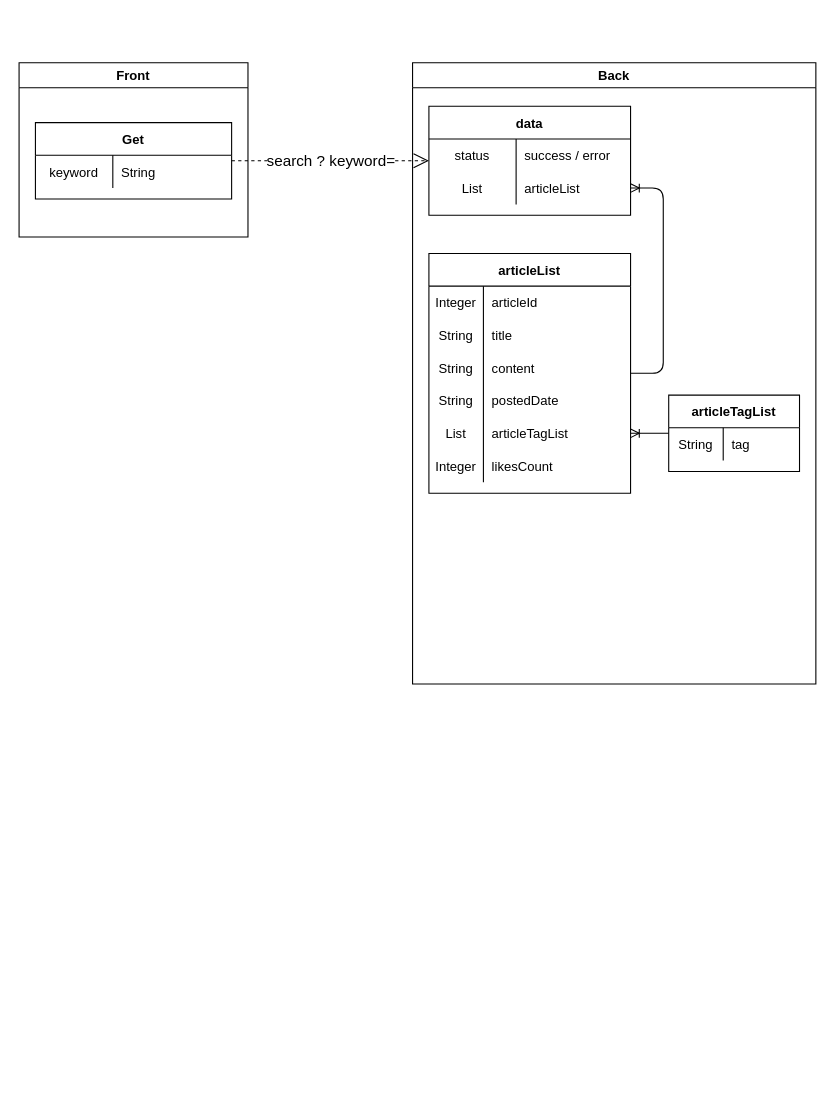
Before: page "[検索]記事一覧" (3 of 16) of Designs/基本設計.drawio in yusuke-rakus/Qiish, a draw.io diagram. Source tidied: cells renumbered, new cells numbered last; positions are measured from the earlier drawing's top-left corner, leaving out a move shared by most shapes. Both pictures are drawn from the tidied source at 109%, with x=0, y=0 at pixel (19, 62).
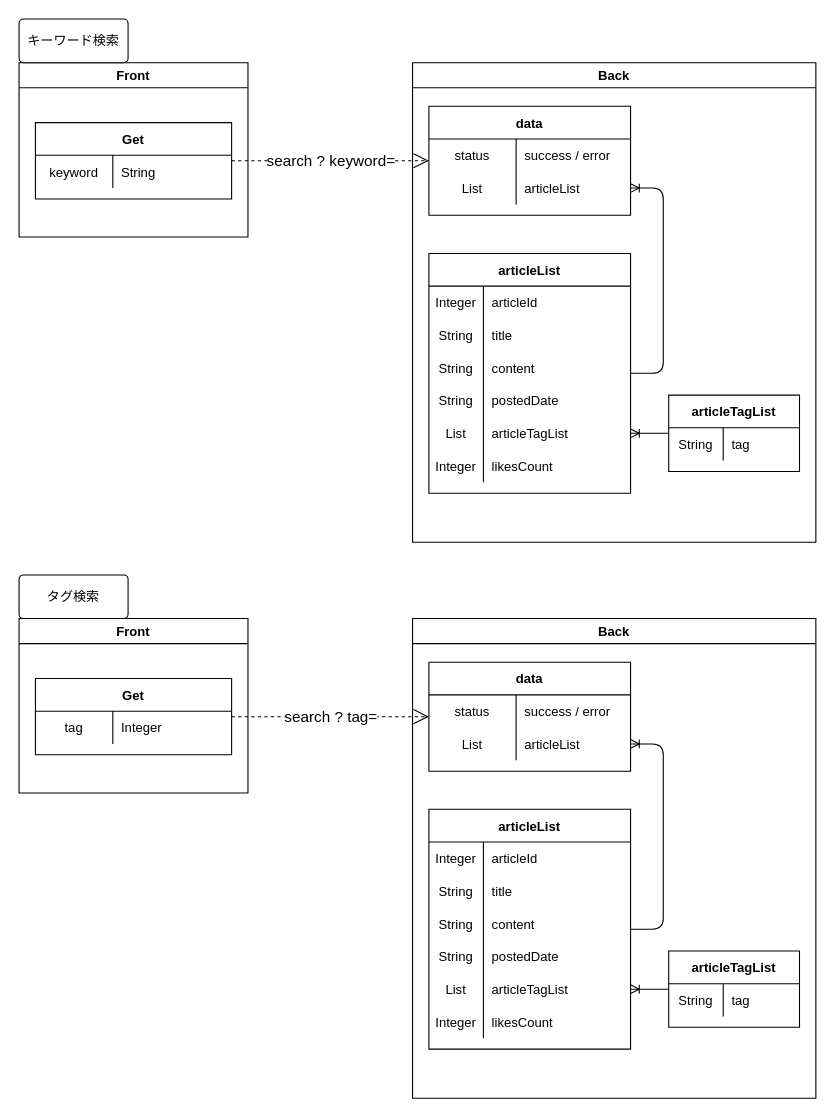
Above is the later version.

The edit, as a diff of the source:
```diff
@@
     <mxCell id="2" value="Back" style="swimlane;" parent="1" vertex="1">
-      <mxGeometry x="361" width="370" height="570" as="geometry" />
+      <mxGeometry x="361" width="370" height="440" as="geometry" />
     </mxCell>
@@
+    <mxCell id="41" value="Back" style="swimlane;" parent="1" vertex="1">
+      <mxGeometry x="361" y="510" width="370" height="440" as="geometry" />
+    </mxCell>
+    <mxCell id="42" value="data" style="shape=table;startSize=30;childLayout=tableLayout;rowLines=0;fontStyle=1;align=center;" parent="41" vertex="1">
+      <mxGeometry x="15" y="40" width="185" height="100" as="geometry" />
+    </mxCell>
+    <mxCell id="43" style="shape=partialRectangle;fillColor=none;top=0;left=0;bottom=0;right=0;" parent="42" vertex="1">
+      <mxGeometry y="30" width="185" height="30" as="geometry" />
+    </mxCell>
+    <mxCell id="44" value="status" style="shape=partialRectangle;fillColor=none;top=0;left=0;bottom=0;right=0;overflow=hidden;" parent="43" vertex="1">
+      <mxGeometry width="80" height="30" as="geometry" />
+    </mxCell>
+    <mxCell id="45" value="success / error" style="shape=partialRectangle;fillColor=none;top=0;left=0;bottom=0;right=0;align=left;spacingLeft=6;overflow=hidden;" parent="43" vertex="1">
+      <mxGeometry x="80" width="105" height="30" as="geometry" />
+    </mxCell>
+    <mxCell id="46" style="shape=partialRectangle;fillColor=none;top=0;left=0;bottom=0;right=0;points=[[0,0.5],[1,0.5]];portConstraint=eastwest;" parent="42" vertex="1">
+      <mxGeometry y="60" width="185" height="30" as="geometry" />
+    </mxCell>
+    <mxCell id="47" value="List" style="shape=partialRectangle;fillColor=none;top=0;left=0;bottom=0;right=0;fontStyle=0;overflow=hidden;" parent="46" vertex="1">
+      <mxGeometry width="80" height="30" as="geometry" />
+    </mxCell>
+    <mxCell id="48" value="articleList" style="shape=partialRectangle;fillColor=none;top=0;left=0;bottom=0;right=0;align=left;spacingLeft=6;fontStyle=0;overflow=hidden;" parent="46" vertex="1">
+      <mxGeometry x="80" width="105" height="30" as="geometry" />
+    </mxCell>
+    <mxCell id="49" value="articleList" style="shape=table;startSize=30;childLayout=tableLayout;rowLines=0;fontStyle=1;align=center;" parent="41" vertex="1">
+      <mxGeometry x="15" y="175" width="185" height="220" as="geometry" />
+    </mxCell>
+    <mxCell id="50" style="shape=partialRectangle;fillColor=none;top=0;left=0;bottom=0;right=0;" parent="49" vertex="1">
+      <mxGeometry y="30" width="185" height="30" as="geometry" />
+    </mxCell>
+    <mxCell id="51" value="Integer" style="shape=partialRectangle;fillColor=none;top=0;left=0;bottom=0;right=0;overflow=hidden;" parent="50" vertex="1">
+      <mxGeometry width="50" height="30" as="geometry" />
+    </mxCell>
+    <mxCell id="52" value="articleId" style="shape=partialRectangle;fillColor=none;top=0;left=0;bottom=0;right=0;align=left;spacingLeft=6;overflow=hidden;" parent="50" vertex="1">
+      <mxGeometry x="50" width="135" height="30" as="geometry" />
+    </mxCell>
+    <mxCell id="53" style="shape=partialRectangle;fillColor=none;top=0;left=0;bottom=0;right=0;" parent="49" vertex="1">
+      <mxGeometry y="60" width="185" height="30" as="geometry" />
+    </mxCell>
+    <mxCell id="54" value="String" style="shape=partialRectangle;fillColor=none;top=0;left=0;bottom=0;right=0;overflow=hidden;" parent="53" vertex="1">
+      <mxGeometry width="50" height="30" as="geometry" />
+    </mxCell>
+    <mxCell id="55" value="title" style="shape=partialRectangle;fillColor=none;top=0;left=0;bottom=0;right=0;align=left;spacingLeft=6;overflow=hidden;" parent="53" vertex="1">
+      <mxGeometry x="50" width="135" height="30" as="geometry" />
+    </mxCell>
+    <mxCell id="56" style="shape=partialRectangle;fillColor=none;top=0;left=0;bottom=0;right=0;" parent="49" vertex="1">
+      <mxGeometry y="90" width="185" height="30" as="geometry" />
+    </mxCell>
+    <mxCell id="57" value="String" style="shape=partialRectangle;fillColor=none;top=0;left=0;bottom=0;right=0;overflow=hidden;" parent="56" vertex="1">
+      <mxGeometry width="50" height="30" as="geometry" />
+    </mxCell>
+    <mxCell id="58" value="content" style="shape=partialRectangle;fillColor=none;top=0;left=0;bottom=0;right=0;align=left;spacingLeft=6;overflow=hidden;" parent="56" vertex="1">
+      <mxGeometry x="50" width="135" height="30" as="geometry" />
+    </mxCell>
+    <mxCell id="59" style="shape=partialRectangle;fillColor=none;top=0;left=0;bottom=0;right=0;" parent="49" vertex="1">
+      <mxGeometry y="120" width="185" height="30" as="geometry" />
+    </mxCell>
+    <mxCell id="60" value="String" style="shape=partialRectangle;fillColor=none;top=0;left=0;bottom=0;right=0;fontStyle=0;overflow=hidden;" parent="59" vertex="1">
+      <mxGeometry width="50" height="30" as="geometry" />
+    </mxCell>
+    <mxCell id="61" value="postedDate" style="shape=partialRectangle;fillColor=none;top=0;left=0;bottom=0;right=0;align=left;spacingLeft=6;fontStyle=0;overflow=hidden;" parent="59" vertex="1">
+      <mxGeometry x="50" width="135" height="30" as="geometry" />
+    </mxCell>
+    <mxCell id="62" style="shape=partialRectangle;fillColor=none;top=0;left=0;bottom=0;right=0;points=[[0,0.5],[1,0.5]];portConstraint=eastwest;" parent="49" vertex="1">
+      <mxGeometry y="150" width="185" height="30" as="geometry" />
+    </mxCell>
+    <mxCell id="63" value="List" style="shape=partialRectangle;fillColor=none;top=0;left=0;bottom=0;right=0;overflow=hidden;" parent="62" vertex="1">
+      <mxGeometry width="50" height="30" as="geometry" />
+    </mxCell>
+    <mxCell id="64" value="articleTagList" style="shape=partialRectangle;fillColor=none;top=0;left=0;bottom=0;right=0;align=left;spacingLeft=6;overflow=hidden;" parent="62" vertex="1">
+      <mxGeometry x="50" width="135" height="30" as="geometry" />
+    </mxCell>
+    <mxCell id="65" style="shape=partialRectangle;fillColor=none;top=0;left=0;bottom=0;right=0;" parent="49" vertex="1">
+      <mxGeometry y="180" width="185" height="30" as="geometry" />
+    </mxCell>
+    <mxCell id="66" value="Integer" style="shape=partialRectangle;fillColor=none;top=0;left=0;bottom=0;right=0;overflow=hidden;" parent="65" vertex="1">
+      <mxGeometry width="50" height="30" as="geometry" />
+    </mxCell>
+    <mxCell id="67" value="likesCount" style="shape=partialRectangle;fillColor=none;top=0;left=0;bottom=0;right=0;align=left;spacingLeft=6;overflow=hidden;" parent="65" vertex="1">
+      <mxGeometry x="50" width="135" height="30" as="geometry" />
+    </mxCell>
+    <mxCell id="68" value="articleTagList" style="shape=table;startSize=30;childLayout=tableLayout;rowLines=0;fontStyle=1;align=center;" parent="41" vertex="1">
+      <mxGeometry x="235" y="305" width="120" height="70" as="geometry" />
+    </mxCell>
+    <mxCell id="69" style="shape=partialRectangle;fillColor=none;top=0;left=0;bottom=0;right=0;" parent="68" vertex="1">
+      <mxGeometry y="30" width="120" height="30" as="geometry" />
+    </mxCell>
+    <mxCell id="70" value="String" style="shape=partialRectangle;fillColor=none;top=0;left=0;bottom=0;right=0;overflow=hidden;" parent="69" vertex="1">
+      <mxGeometry width="50" height="30" as="geometry" />
+    </mxCell>
+    <mxCell id="71" value="tag" style="shape=partialRectangle;fillColor=none;top=0;left=0;bottom=0;right=0;align=left;spacingLeft=6;overflow=hidden;" parent="69" vertex="1">
+      <mxGeometry x="50" width="70" height="30" as="geometry" />
+    </mxCell>
+    <mxCell id="72" style="edgeStyle=entityRelationEdgeStyle;fontSize=12;html=1;endArrow=ERoneToMany;" parent="41" edge="1" source="49" target="46">
+      <mxGeometry relative="1" as="geometry" />
+    </mxCell>
+    <mxCell id="73" style="edgeStyle=entityRelationEdgeStyle;fontSize=12;html=1;endArrow=ERoneToMany;" parent="41" edge="1" source="68" target="62">
+      <mxGeometry relative="1" as="geometry" />
+    </mxCell>
+    <mxCell id="74" value="&lt;font style=&quot;font-size: 14px&quot;&gt;search ? tag=&lt;/font&gt;" style="endArrow=open;endSize=12;dashed=1;html=1;" parent="1" edge="1" source="76" target="42">
+      <mxGeometry relative="1" as="geometry" />
+    </mxCell>
+    <mxCell id="75" value="Front" style="swimlane;" parent="1" vertex="1">
+      <mxGeometry y="510" width="210" height="160" as="geometry" />
+    </mxCell>
+    <mxCell id="76" value="Get" style="shape=table;startSize=30;childLayout=tableLayout;rowLines=0;fontStyle=1;align=center;" parent="75" vertex="1">
+      <mxGeometry x="15" y="55" width="180" height="70" as="geometry" />
+    </mxCell>
+    <mxCell id="77" style="shape=partialRectangle;fillColor=none;top=0;left=0;bottom=0;right=0;" parent="76" vertex="1">
+      <mxGeometry y="30" width="180" height="30" as="geometry" />
+    </mxCell>
+    <mxCell id="78" value="tag" style="shape=partialRectangle;fillColor=none;top=0;left=0;bottom=0;right=0;overflow=hidden;" parent="77" vertex="1">
+      <mxGeometry width="71" height="30" as="geometry" />
+    </mxCell>
+    <mxCell id="79" value="Integer" style="shape=partialRectangle;fillColor=none;top=0;left=0;bottom=0;right=0;align=left;spacingLeft=6;overflow=hidden;" parent="77" vertex="1">
+      <mxGeometry x="71" width="109" height="30" as="geometry" />
+    </mxCell>
+    <mxCell id="80" value="キーワード検索" style="rounded=1;arcSize=10;whiteSpace=wrap;html=1;align=center;" parent="1" vertex="1">
+      <mxGeometry y="-40" width="100" height="40" as="geometry" />
+    </mxCell>
+    <mxCell id="81" value="タグ検索" style="rounded=1;arcSize=10;whiteSpace=wrap;html=1;align=center;" parent="1" vertex="1">
+      <mxGeometry y="470" width="100" height="40" as="geometry" />
+    </mxCell>
```
